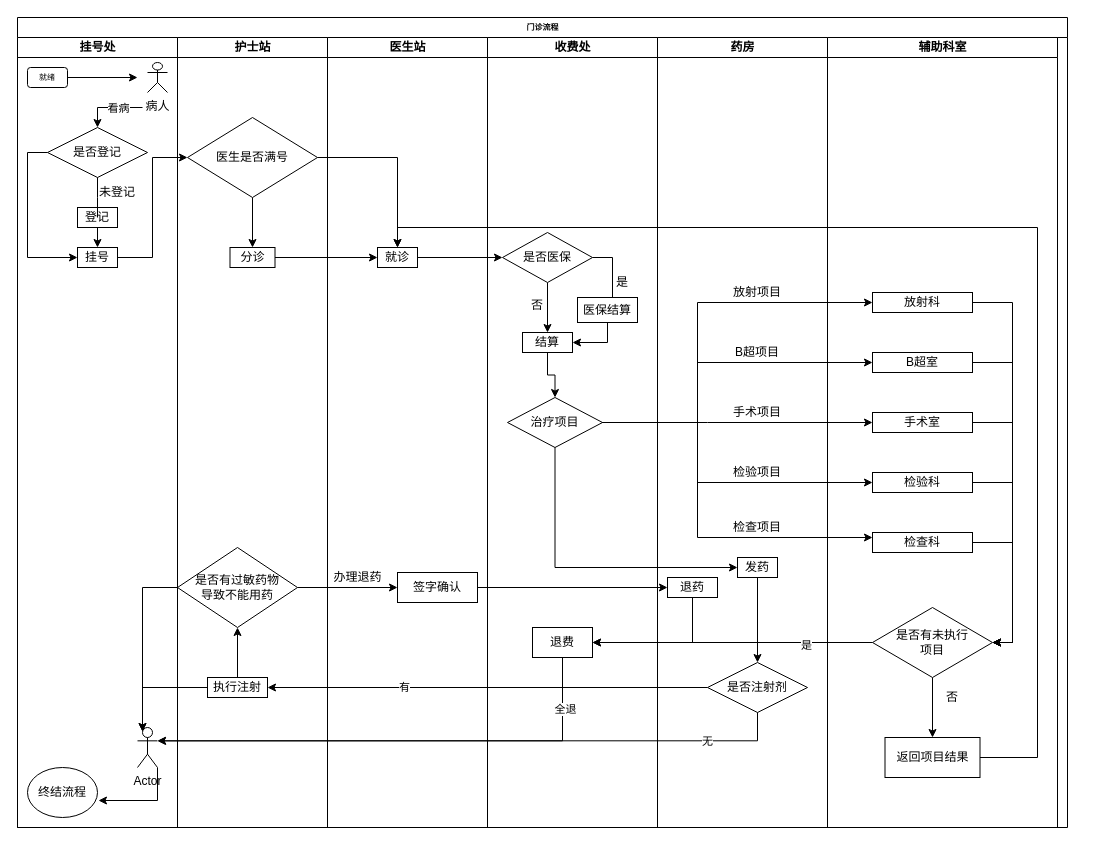
The draw.io diagram HIS流程图（泳道）.drawio in HoYang-Fan/StudyNotes-Public, before the edit. Source tidied: cells renumbered, new cells numbered last; positions are measured from the earlier drawing's top-left corner, leaving out a move shared by most shapes. Both pictures are drawn from the tidied source at 100%, with x=0, y=0 at pixel (17, 17).
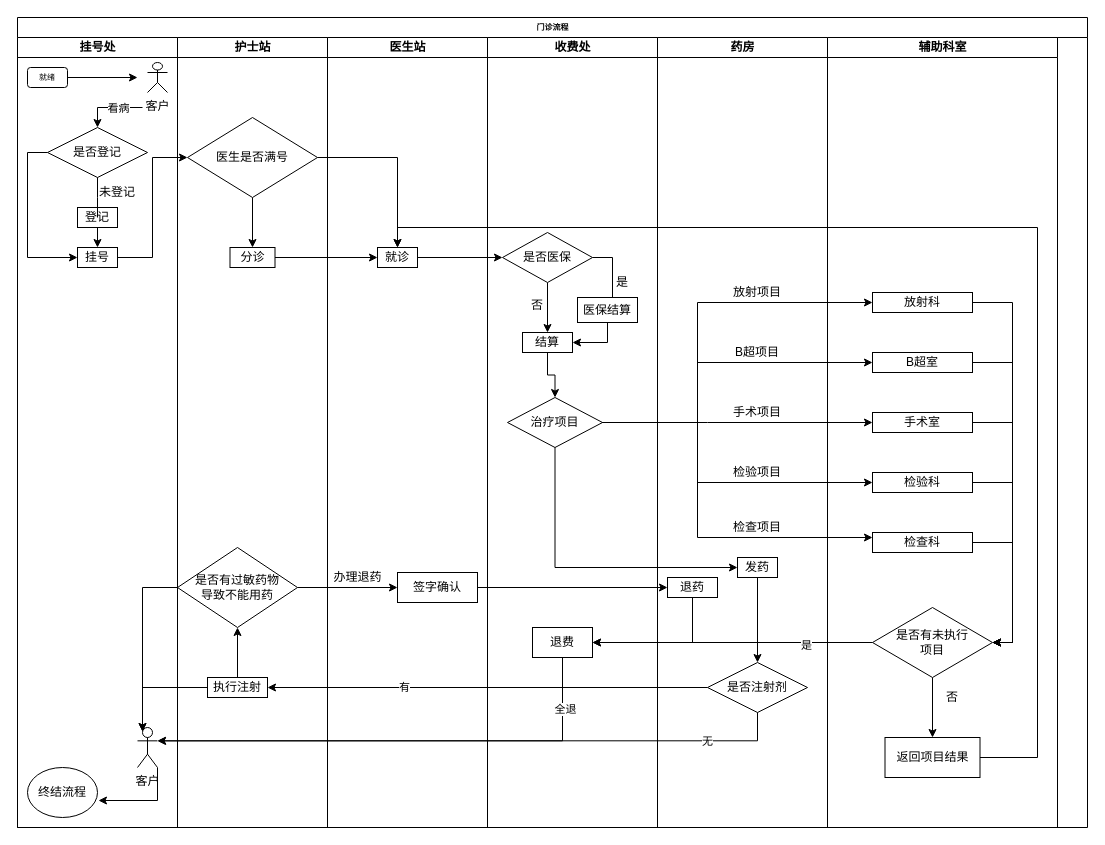
After the change.

Commit message:
更新HIS流程图（泳道）.drawio

Unchanged cells that the change refers to:
```xml
<mxCell id="3" value="挂号处" style="swimlane;html=1;startSize=20;" parent="2" vertex="1">
  <mxGeometry y="20" width="160" height="790" as="geometry" />
</mxCell>
```

Change to the diagram source:
```diff
@@
     <mxCell id="2" value="门诊流程" style="swimlane;html=1;startSize=20;rounded=0;shadow=0;labelBackgroundColor=none;strokeWidth=1;fontFamily=Verdana;fontSize=8;align=center;" parent="1" vertex="1">
-      <mxGeometry width="1050" height="810" as="geometry" />
+      <mxGeometry width="1070" height="810" as="geometry" />
     </mxCell>
@@
-    <mxCell id="5" value="病人&lt;br&gt;" style="shape=umlActor;verticalLabelPosition=bottom;verticalAlign=top;html=1;" parent="3" vertex="1">
+    <mxCell id="5" value="客户" style="shape=umlActor;verticalLabelPosition=bottom;verticalAlign=top;html=1;" parent="3" vertex="1">
       <mxGeometry x="130" y="25" width="20" height="30" as="geometry" />
     </mxCell>
@@
-    <mxCell id="18" value="Actor" style="shape=umlActor;verticalLabelPosition=bottom;verticalAlign=top;html=1;outlineConnect=0;" parent="3" vertex="1">
+    <mxCell id="18" value="客户" style="shape=umlActor;verticalLabelPosition=bottom;verticalAlign=top;html=1;outlineConnect=0;" parent="3" vertex="1">
       <mxGeometry x="120" y="690" width="20" height="40" as="geometry" />
     </mxCell>
```
